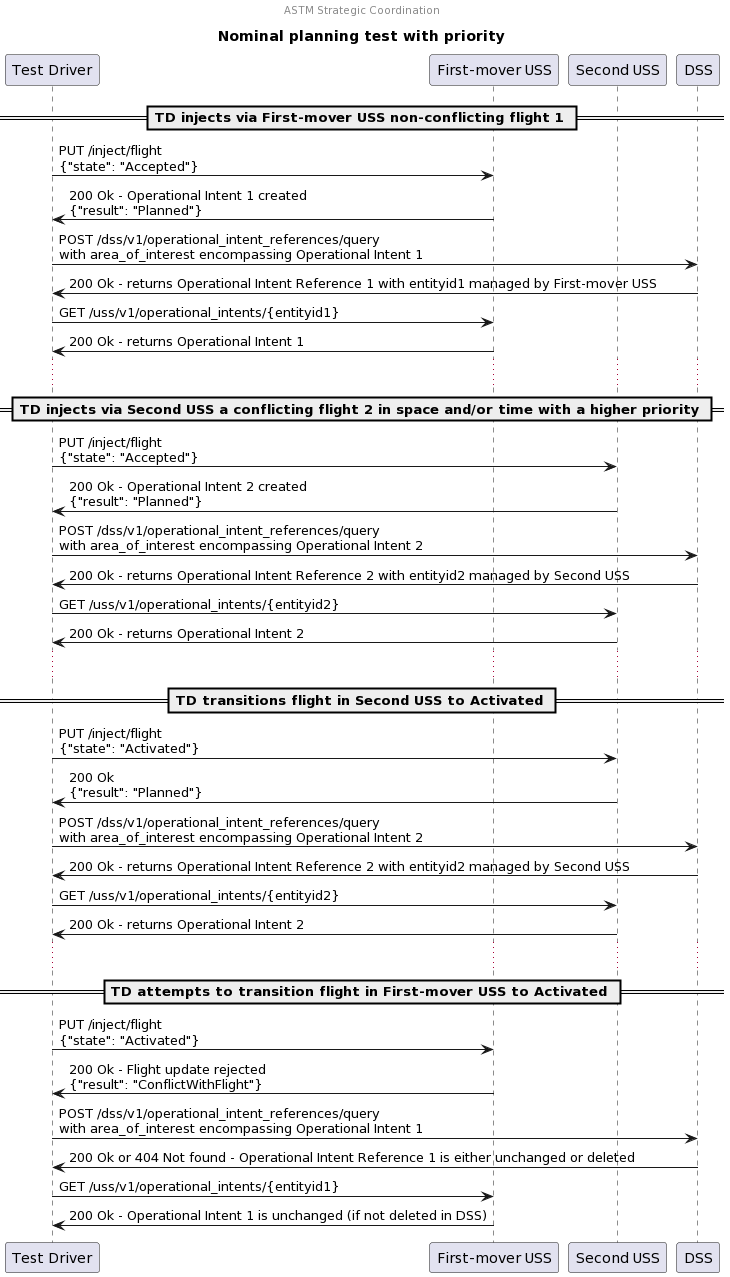
Earlier version of the PlantUML export interfaces/automated-testing/scd/design/astm-strategic-coordination/nominal-planning-priority/sequence.png (interuss/dss).
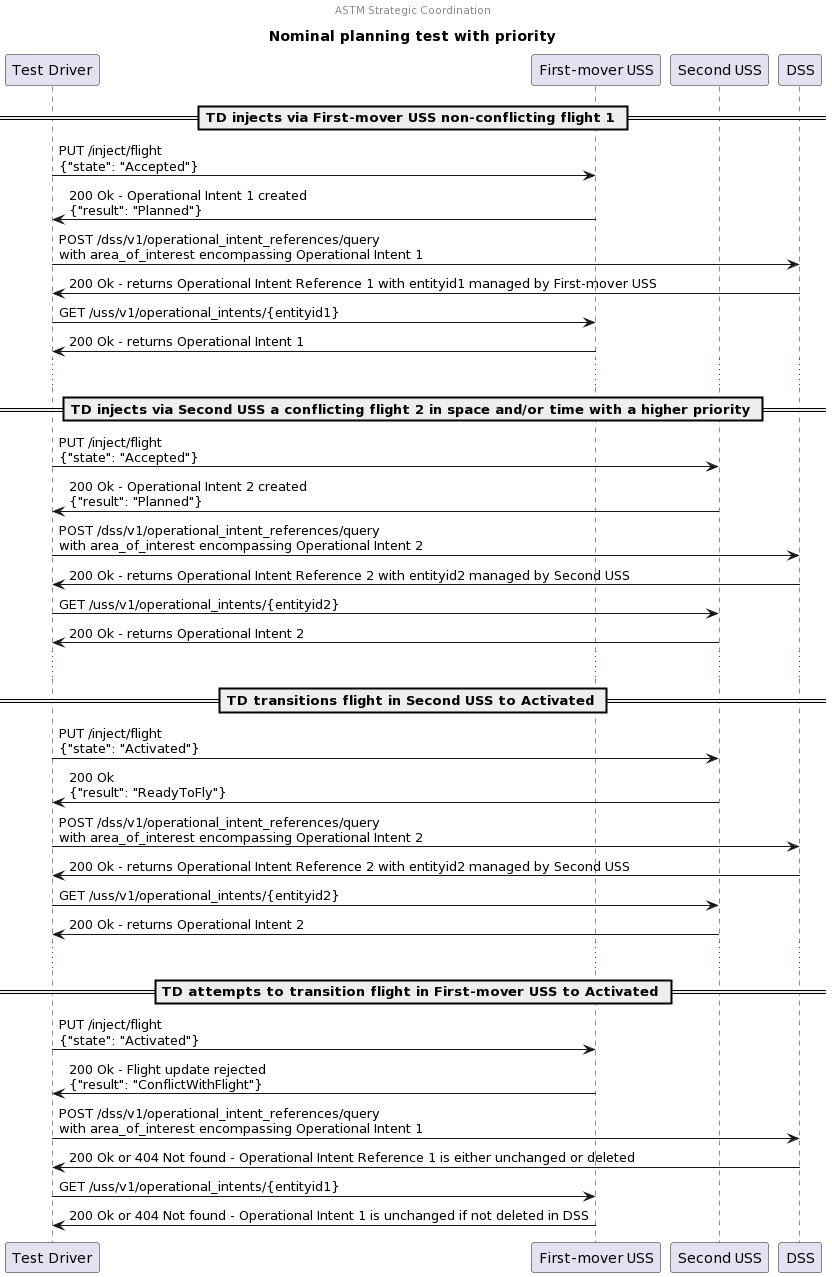
The same diagram one commit later.

The edit, as a diff of the source:
```diff
@@ -36,7 +36,7 @@
 == TD transitions flight in Second USS to Activated ==
 
 TD -> USS2: PUT /inject/flight\n{"state": "Activated"}
-TD <- USS2: 200 Ok\n{"result": "Planned"}
+TD <- USS2: 200 Ok\n{"result": "ReadyToFly"}
 
 TD -> DSS: POST /dss/v1/operational_intent_references/query\nwith area_of_interest encompassing Operational Intent 2
 TD <- DSS: 200 Ok - returns Operational Intent Reference 2 with entityid2 managed by Second USS
@@ -55,5 +55,5 @@
 TD <- DSS: 200 Ok or 404 Not found - Operational Intent Reference 1 is either unchanged or deleted
 
 TD -> USS1: GET /uss/v1/operational_intents/{entityid1}
-TD <- USS1: 200 Ok - Operational Intent 1 is unchanged (if not deleted in DSS)
+TD <- USS1: 200 Ok or 404 Not found - Operational Intent 1 is unchanged if not deleted in DSS
 @enduml
```
